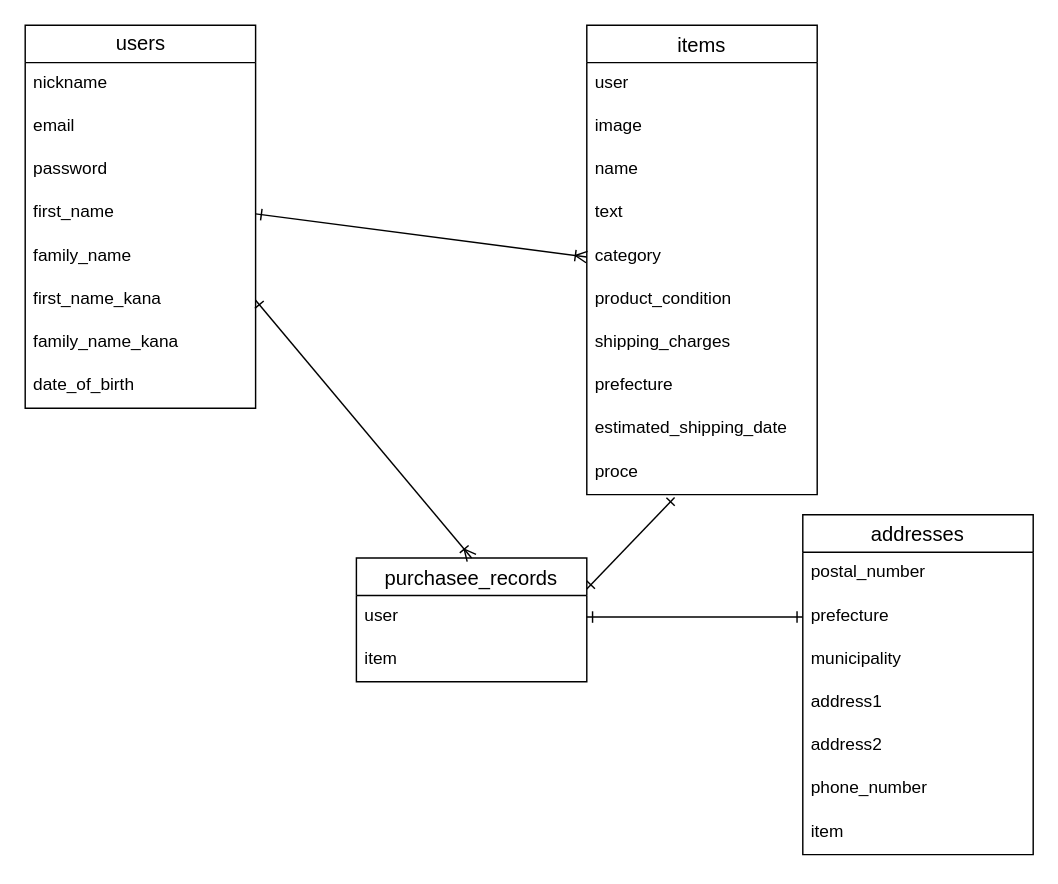
Earlier version of the draw.io diagram ER.dio (birthchamu/furima-35216). Source tidied: cells renumbered, new cells numbered last; positions are measured from the earlier drawing's top-left corner, leaving out a move shared by most shapes. Both pictures are drawn from the tidied source at 144%, with x=0, y=0 at pixel (24, 24).
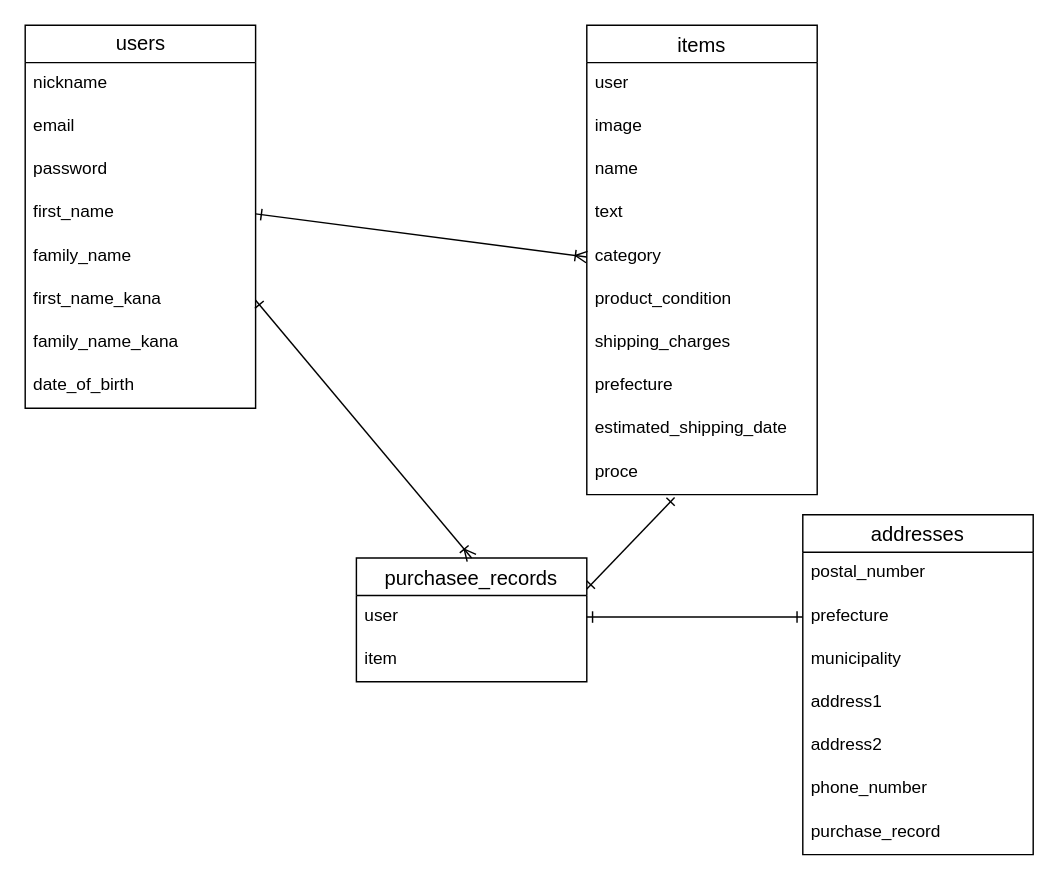
The same page after the edit.

Commit message (it also covers changes not shown here):
itemをpurchase_recordに修正

Unchanged cells that the change refers to:
```xml
<mxCell id="26" value="addresses" style="swimlane;fontStyle=0;horizontal=1;startSize=26;align=center;fontSize=14;" parent="1" vertex="1">
  <mxGeometry x="540" y="340" width="160" height="236" as="geometry" />
</mxCell>
```

Diff of the diagram source:
```diff
@@
-    <mxCell id="33" value="item" style="text;strokeColor=none;fillColor=none;spacingLeft=4;spacingRight=4;overflow=hidden;fontSize=12;" parent="26" vertex="1">
+    <mxCell id="33" value="purchase_record" style="text;strokeColor=none;fillColor=none;spacingLeft=4;spacingRight=4;overflow=hidden;fontSize=12;" parent="26" vertex="1">
       <mxGeometry y="206" width="160" height="30" as="geometry" />
     </mxCell>
```
